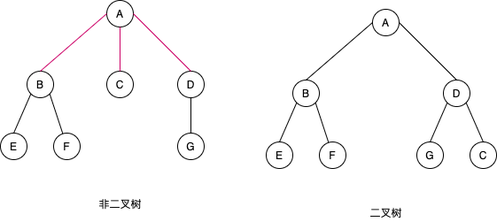
Earlier version of the draw.io export sources/images/tree-binary.png (ljee-hash/machLearning). Source tidied: cells renumbered, new cells last; positions are measured from the earlier drawing's top-left corner, leaving out a move shared by most shapes. Source of this version:
```xml
<mxGraphModel>
  <root>
    <mxCell id="0" />
    <mxCell id="1" value="二叉树示意图" parent="0" />
    <mxCell id="2" value="A" style="ellipse;whiteSpace=wrap;html=1;" parent="1" vertex="1">
      <mxGeometry x="420" y="10" width="30" height="30" as="geometry" />
    </mxCell>
    <mxCell id="3" value="D" style="ellipse;whiteSpace=wrap;html=1;" parent="1" vertex="1">
      <mxGeometry x="500" y="90" width="30" height="30" as="geometry" />
    </mxCell>
    <mxCell id="4" value="B" style="ellipse;whiteSpace=wrap;html=1;" parent="1" vertex="1">
      <mxGeometry x="330" y="90" width="30" height="30" as="geometry" />
    </mxCell>
    <mxCell id="5" value="C" style="ellipse;whiteSpace=wrap;html=1;" parent="1" vertex="1">
      <mxGeometry x="530" y="160" width="30" height="30" as="geometry" />
    </mxCell>
    <mxCell id="6" style="endArrow=none;html=1;entryX=0;entryY=0.5;entryDx=0;entryDy=0;exitX=0.5;exitY=0;exitDx=0;exitDy=0;" parent="1" edge="1" source="4" target="2">
      <mxGeometry relative="1" as="geometry" />
    </mxCell>
    <mxCell id="7" value="E" style="ellipse;whiteSpace=wrap;html=1;" parent="1" vertex="1">
      <mxGeometry x="300" y="160" width="30" height="30" as="geometry" />
    </mxCell>
    <mxCell id="8" value="F" style="ellipse;whiteSpace=wrap;html=1;" parent="1" vertex="1">
      <mxGeometry x="360" y="160" width="30" height="30" as="geometry" />
    </mxCell>
    <mxCell id="9" value="G" style="ellipse;whiteSpace=wrap;html=1;" parent="1" vertex="1">
      <mxGeometry x="470" y="160" width="30" height="30" as="geometry" />
    </mxCell>
    <mxCell id="10" style="endArrow=none;html=1;entryX=1;entryY=1;entryDx=0;entryDy=0;exitX=0.5;exitY=0;exitDx=0;exitDy=0;" parent="1" edge="1" source="5" target="3">
      <mxGeometry relative="1" as="geometry" />
    </mxCell>
    <mxCell id="11" style="endArrow=none;html=1;entryX=0;entryY=1;entryDx=0;entryDy=0;exitX=0.5;exitY=0;exitDx=0;exitDy=0;" parent="1" edge="1" source="9" target="3">
      <mxGeometry relative="1" as="geometry" />
    </mxCell>
    <mxCell id="12" style="endArrow=none;html=1;entryX=1;entryY=0.5;entryDx=0;entryDy=0;exitX=0.5;exitY=0;exitDx=0;exitDy=0;" parent="1" edge="1" source="3" target="2">
      <mxGeometry relative="1" as="geometry" />
    </mxCell>
    <mxCell id="13" style="endArrow=none;html=1;entryX=0;entryY=1;entryDx=0;entryDy=0;exitX=0.5;exitY=0;exitDx=0;exitDy=0;" parent="1" edge="1" source="7" target="4">
      <mxGeometry relative="1" as="geometry" />
    </mxCell>
    <mxCell id="14" style="endArrow=none;html=1;entryX=1;entryY=1;entryDx=0;entryDy=0;" parent="1" edge="1" source="8" target="4">
      <mxGeometry relative="1" as="geometry" />
    </mxCell>
    <mxCell id="15" value="二叉树" style="text;html=1;strokeColor=none;fillColor=none;align=center;verticalAlign=middle;whiteSpace=wrap;rounded=0;" parent="1" vertex="1">
      <mxGeometry x="372.5" y="230" width="125" height="20" as="geometry" />
    </mxCell>
    <mxCell id="16" value="A" style="ellipse;whiteSpace=wrap;html=1;" parent="1" vertex="1">
      <mxGeometry x="120" width="30" height="30" as="geometry" />
    </mxCell>
    <mxCell id="17" value="D" style="ellipse;whiteSpace=wrap;html=1;" parent="1" vertex="1">
      <mxGeometry x="200" y="80" width="30" height="30" as="geometry" />
    </mxCell>
    <mxCell id="18" value="B" style="ellipse;whiteSpace=wrap;html=1;" parent="1" vertex="1">
      <mxGeometry x="30" y="80" width="30" height="30" as="geometry" />
    </mxCell>
    <mxCell id="19" value="C" style="ellipse;whiteSpace=wrap;html=1;" parent="1" vertex="1">
      <mxGeometry x="120" y="80" width="30" height="30" as="geometry" />
    </mxCell>
    <mxCell id="20" style="endArrow=none;html=1;entryX=0;entryY=0.5;entryDx=0;entryDy=0;exitX=0.5;exitY=0;exitDx=0;exitDy=0;strokeColor=#CC0066;" parent="1" edge="1" source="18" target="16">
      <mxGeometry relative="1" as="geometry" />
    </mxCell>
    <mxCell id="21" value="E" style="ellipse;whiteSpace=wrap;html=1;" parent="1" vertex="1">
      <mxGeometry y="150" width="30" height="30" as="geometry" />
    </mxCell>
    <mxCell id="22" value="F" style="ellipse;whiteSpace=wrap;html=1;" parent="1" vertex="1">
      <mxGeometry x="60" y="150" width="30" height="30" as="geometry" />
    </mxCell>
    <mxCell id="23" value="G" style="ellipse;whiteSpace=wrap;html=1;" parent="1" vertex="1">
      <mxGeometry x="200" y="150" width="30" height="30" as="geometry" />
    </mxCell>
    <mxCell id="24" style="endArrow=none;html=1;entryX=0.5;entryY=1;entryDx=0;entryDy=0;exitX=0.5;exitY=0;exitDx=0;exitDy=0;strokeColor=#CC0066;" parent="1" edge="1" source="19" target="16">
      <mxGeometry relative="1" as="geometry" />
    </mxCell>
    <mxCell id="25" style="endArrow=none;html=1;entryX=0.5;entryY=1;entryDx=0;entryDy=0;exitX=0.5;exitY=0;exitDx=0;exitDy=0;" parent="1" edge="1" source="23" target="17">
      <mxGeometry relative="1" as="geometry" />
    </mxCell>
    <mxCell id="26" style="endArrow=none;html=1;entryX=1;entryY=0.5;entryDx=0;entryDy=0;exitX=0.5;exitY=0;exitDx=0;exitDy=0;strokeColor=#CC0066;" parent="1" edge="1" source="17" target="16">
      <mxGeometry relative="1" as="geometry" />
    </mxCell>
    <mxCell id="27" style="endArrow=none;html=1;entryX=0;entryY=1;entryDx=0;entryDy=0;exitX=0.5;exitY=0;exitDx=0;exitDy=0;" parent="1" edge="1" source="21" target="18">
      <mxGeometry relative="1" as="geometry" />
    </mxCell>
    <mxCell id="28" style="endArrow=none;html=1;entryX=1;entryY=1;entryDx=0;entryDy=0;" parent="1" edge="1" source="22" target="18">
      <mxGeometry relative="1" as="geometry" />
    </mxCell>
    <mxCell id="29" value="非二叉树" style="text;html=1;strokeColor=none;fillColor=none;align=center;verticalAlign=middle;whiteSpace=wrap;rounded=0;" parent="1" vertex="1">
      <mxGeometry x="72.5" y="220" width="125" height="20" as="geometry" />
    </mxCell>
  </root>
</mxGraphModel>
```
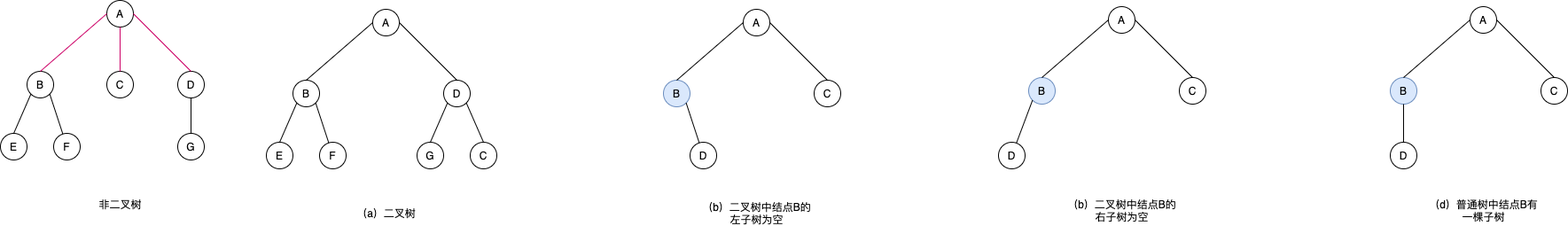
Above is the later version.

Change to the diagram source:
```diff
@@ -41,7 +41,7 @@
     <mxCell id="14" style="endArrow=none;html=1;entryX=1;entryY=1;entryDx=0;entryDy=0;" parent="1" edge="1" source="8" target="4">
       <mxGeometry relative="1" as="geometry" />
     </mxCell>
-    <mxCell id="15" value="二叉树" style="text;html=1;strokeColor=none;fillColor=none;align=center;verticalAlign=middle;whiteSpace=wrap;rounded=0;" parent="1" vertex="1">
+    <mxCell id="15" value="（a）二叉树" style="text;html=1;strokeColor=none;fillColor=none;align=center;verticalAlign=middle;whiteSpace=wrap;rounded=0;" parent="1" vertex="1">
       <mxGeometry x="372.5" y="230" width="125" height="20" as="geometry" />
     </mxCell>
     <mxCell id="16" value="A" style="ellipse;whiteSpace=wrap;html=1;" parent="1" vertex="1">
@@ -86,5 +86,77 @@
     <mxCell id="29" value="非二叉树" style="text;html=1;strokeColor=none;fillColor=none;align=center;verticalAlign=middle;whiteSpace=wrap;rounded=0;" parent="1" vertex="1">
       <mxGeometry x="72.5" y="220" width="125" height="20" as="geometry" />
     </mxCell>
+    <mxCell id="30" value="A" style="ellipse;whiteSpace=wrap;html=1;" parent="1" vertex="1">
+      <mxGeometry x="838" y="10" width="30" height="30" as="geometry" />
+    </mxCell>
+    <mxCell id="31" value="C" style="ellipse;whiteSpace=wrap;html=1;" parent="1" vertex="1">
+      <mxGeometry x="918" y="90" width="30" height="30" as="geometry" />
+    </mxCell>
+    <mxCell id="32" value="B" style="ellipse;whiteSpace=wrap;html=1;fillColor=#dae8fc;strokeColor=#6c8ebf;" parent="1" vertex="1">
+      <mxGeometry x="748" y="90" width="30" height="30" as="geometry" />
+    </mxCell>
+    <mxCell id="33" style="endArrow=none;html=1;entryX=0;entryY=0.5;entryDx=0;entryDy=0;exitX=0.5;exitY=0;exitDx=0;exitDy=0;" parent="1" edge="1" source="32" target="30">
+      <mxGeometry relative="1" as="geometry" />
+    </mxCell>
+    <mxCell id="34" value="D" style="ellipse;whiteSpace=wrap;html=1;" parent="1" vertex="1">
+      <mxGeometry x="778" y="160" width="30" height="30" as="geometry" />
+    </mxCell>
+    <mxCell id="35" style="endArrow=none;html=1;entryX=1;entryY=0.5;entryDx=0;entryDy=0;exitX=0.5;exitY=0;exitDx=0;exitDy=0;" parent="1" edge="1" source="31" target="30">
+      <mxGeometry relative="1" as="geometry" />
+    </mxCell>
+    <mxCell id="36" style="endArrow=none;html=1;entryX=1;entryY=1;entryDx=0;entryDy=0;" parent="1" edge="1" source="34" target="32">
+      <mxGeometry relative="1" as="geometry" />
+    </mxCell>
+    <mxCell id="37" value="（b）二叉树中结点B的左子树为空" style="text;html=1;strokeColor=none;fillColor=none;align=center;verticalAlign=middle;whiteSpace=wrap;rounded=0;" parent="1" vertex="1">
+      <mxGeometry x="790.5" y="230" width="125" height="20" as="geometry" />
+    </mxCell>
+    <mxCell id="38" value="A" style="ellipse;whiteSpace=wrap;html=1;" parent="1" vertex="1">
+      <mxGeometry x="1250" y="7" width="30" height="30" as="geometry" />
+    </mxCell>
+    <mxCell id="39" value="C" style="ellipse;whiteSpace=wrap;html=1;" parent="1" vertex="1">
+      <mxGeometry x="1330" y="87" width="30" height="30" as="geometry" />
+    </mxCell>
+    <mxCell id="40" value="B" style="ellipse;whiteSpace=wrap;html=1;fillColor=#dae8fc;strokeColor=#6c8ebf;" parent="1" vertex="1">
+      <mxGeometry x="1160" y="87" width="30" height="30" as="geometry" />
+    </mxCell>
+    <mxCell id="41" style="endArrow=none;html=1;entryX=0;entryY=0.5;entryDx=0;entryDy=0;exitX=0.5;exitY=0;exitDx=0;exitDy=0;" parent="1" edge="1" source="40" target="38">
+      <mxGeometry relative="1" as="geometry" />
+    </mxCell>
+    <mxCell id="42" value="D" style="ellipse;whiteSpace=wrap;html=1;" parent="1" vertex="1">
+      <mxGeometry x="1126" y="160" width="30" height="30" as="geometry" />
+    </mxCell>
+    <mxCell id="43" style="endArrow=none;html=1;entryX=1;entryY=0.5;entryDx=0;entryDy=0;exitX=0.5;exitY=0;exitDx=0;exitDy=0;" parent="1" edge="1" source="39" target="38">
+      <mxGeometry relative="1" as="geometry" />
+    </mxCell>
+    <mxCell id="44" style="endArrow=none;html=1;entryX=0;entryY=1;entryDx=0;entryDy=0;" parent="1" edge="1" source="42" target="40">
+      <mxGeometry relative="1" as="geometry" />
+    </mxCell>
+    <mxCell id="45" value="（b）二叉树中结点B的右子树为空" style="text;html=1;strokeColor=none;fillColor=none;align=center;verticalAlign=middle;whiteSpace=wrap;rounded=0;" parent="1" vertex="1">
+      <mxGeometry x="1202.5" y="227" width="125" height="20" as="geometry" />
+    </mxCell>
+    <mxCell id="46" value="A" style="ellipse;whiteSpace=wrap;html=1;" parent="1" vertex="1">
+      <mxGeometry x="1658" y="7" width="30" height="30" as="geometry" />
+    </mxCell>
+    <mxCell id="47" value="C" style="ellipse;whiteSpace=wrap;html=1;" parent="1" vertex="1">
+      <mxGeometry x="1738" y="87" width="30" height="30" as="geometry" />
+    </mxCell>
+    <mxCell id="48" value="B" style="ellipse;whiteSpace=wrap;html=1;fillColor=#dae8fc;strokeColor=#6c8ebf;" parent="1" vertex="1">
+      <mxGeometry x="1568" y="87" width="30" height="30" as="geometry" />
+    </mxCell>
+    <mxCell id="49" style="endArrow=none;html=1;entryX=0;entryY=0.5;entryDx=0;entryDy=0;exitX=0.5;exitY=0;exitDx=0;exitDy=0;" parent="1" edge="1" source="48" target="46">
+      <mxGeometry relative="1" as="geometry" />
+    </mxCell>
+    <mxCell id="50" value="D" style="ellipse;whiteSpace=wrap;html=1;" parent="1" vertex="1">
+      <mxGeometry x="1568" y="160" width="30" height="30" as="geometry" />
+    </mxCell>
+    <mxCell id="51" style="endArrow=none;html=1;entryX=1;entryY=0.5;entryDx=0;entryDy=0;exitX=0.5;exitY=0;exitDx=0;exitDy=0;" parent="1" edge="1" source="47" target="46">
+      <mxGeometry relative="1" as="geometry" />
+    </mxCell>
+    <mxCell id="52" style="endArrow=none;html=1;entryX=0.5;entryY=1;entryDx=0;entryDy=0;" parent="1" edge="1" source="50" target="48">
+      <mxGeometry relative="1" as="geometry" />
+    </mxCell>
+    <mxCell id="53" value="（d）普通树中结点B有一棵子树" style="text;html=1;strokeColor=none;fillColor=none;align=center;verticalAlign=middle;whiteSpace=wrap;rounded=0;" parent="1" vertex="1">
+      <mxGeometry x="1610.5" y="227" width="125" height="20" as="geometry" />
+    </mxCell>
   </root>
 </mxGraphModel>
```
